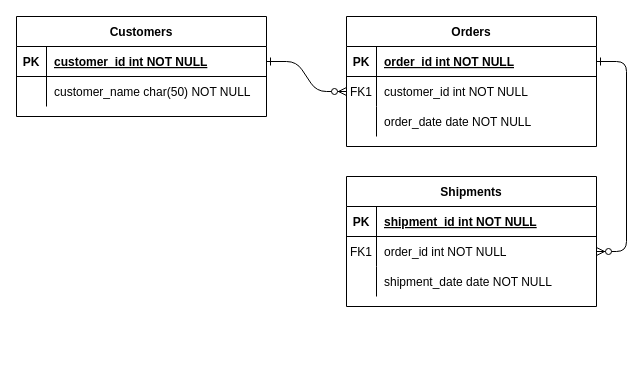
fbisceglia02/java-expense-tracker keeps this draw.io diagram as Untitled Diagram.drawio. Above is the earlier version. Source tidied: cells renumbered, new cells numbered last; positions are measured from the earlier drawing's top-left corner, leaving out a move shared by most shapes. Both pictures are drawn from the tidied source at 100%, with x=0, y=0 at pixel (16, 16).
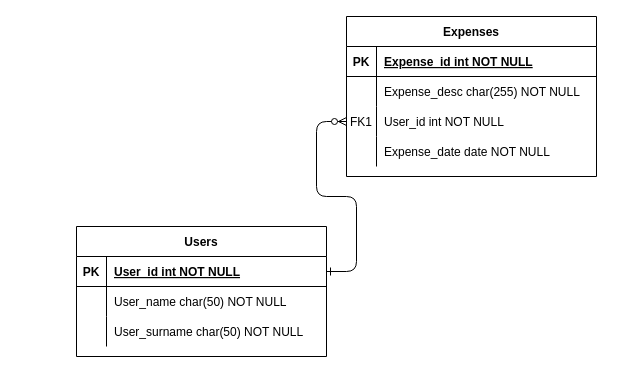
The same page after the edit.

Unchanged cells that the change refers to:
```xml
<mxCell id="5" style="shape=partialRectangle;fillColor=none;points=[[0,0.5],[1,0.5]];portConstraint=eastwest;top=0;left=0;right=0;bottom=1;" parent="4" vertex="1">
  <mxGeometry y="30" width="250" height="30" as="geometry" />
</mxCell>
<mxCell id="25" style="shape=partialRectangle;fillColor=none;points=[[0,0.5],[1,0.5]];portConstraint=eastwest;top=0;left=0;right=0;bottom=1;" parent="24" vertex="1">
  <mxGeometry y="30" width="250" height="30" as="geometry" />
</mxCell>
<mxCell id="28" style="shape=partialRectangle;fillColor=none;top=0;left=0;right=0;bottom=0;" parent="24" vertex="1">
  <mxGeometry y="60" width="250" height="30" as="geometry" />
</mxCell>
```

Change to the diagram source:
```diff
@@
-    <mxCell id="3" style="edgeStyle=entityRelationEdgeStyle;endArrow=ERzeroToMany;startArrow=ERone;endFill=1;startFill=0;" parent="1" edge="1" source="5" target="18">
-      <mxGeometry relative="1" as="geometry" />
-    </mxCell>
-    <mxCell id="4" value="Orders" style="shape=table;startSize=30;childLayout=tableLayout;rowLines=0;fontStyle=1;align=center;" parent="1" vertex="1">
-      <mxGeometry x="330" width="250" height="130" as="geometry" />
+    <mxCell id="4" value="Expenses" style="shape=table;startSize=30;childLayout=tableLayout;rowLines=0;fontStyle=1;align=center;" parent="1" vertex="1">
+      <mxGeometry x="330" width="250" height="160" as="geometry" />
     </mxCell>
@@
-    <mxCell id="7" value="order_id int NOT NULL " style="shape=partialRectangle;overflow=hidden;fillColor=none;top=0;left=0;bottom=0;right=0;align=left;spacingLeft=6;fontStyle=5;" parent="5" vertex="1">
+    <mxCell id="7" value="Expense_id int NOT NULL " style="shape=partialRectangle;overflow=hidden;fillColor=none;top=0;left=0;bottom=0;right=0;align=left;spacingLeft=6;fontStyle=5;" parent="5" vertex="1">
       <mxGeometry x="30" width="220" height="30" as="geometry" />
     </mxCell>
+    <mxCell id="18" style="shape=partialRectangle;fillColor=none;points=[[0,0.5],[1,0.5]];portConstraint=eastwest;top=0;left=0;right=0;bottom=0;" parent="4" vertex="1">
+      <mxGeometry y="60" width="250" height="30" as="geometry" />
+    </mxCell>
+    <mxCell id="31" style="shape=partialRectangle;overflow=hidden;fillColor=none;top=0;left=0;bottom=0;right=0;" parent="18" vertex="1">
+      <mxGeometry width="30" height="30" as="geometry" />
+    </mxCell>
+    <mxCell id="32" value="Expense_desc char(255) NOT NULL" style="shape=partialRectangle;overflow=hidden;fillColor=none;top=0;left=0;bottom=0;right=0;align=left;spacingLeft=6;" parent="18" vertex="1">
+      <mxGeometry x="30" width="220" height="30" as="geometry" />
+    </mxCell>
     <mxCell id="8" style="shape=partialRectangle;fillColor=none;points=[[0,0.5],[1,0.5]];portConstraint=eastwest;top=0;left=0;right=0;bottom=0;" parent="4" vertex="1">
-      <mxGeometry y="60" width="250" height="30" as="geometry" />
+      <mxGeometry y="90" width="250" height="30" as="geometry" />
     </mxCell>
@@
-    <mxCell id="10" value="customer_id int NOT NULL" style="shape=partialRectangle;overflow=hidden;fillColor=none;top=0;left=0;bottom=0;right=0;align=left;spacingLeft=6;" parent="8" vertex="1">
+    <mxCell id="10" value="User_id int NOT NULL" style="shape=partialRectangle;overflow=hidden;fillColor=none;top=0;left=0;bottom=0;right=0;align=left;spacingLeft=6;" parent="8" vertex="1">
       <mxGeometry x="30" width="220" height="30" as="geometry" />
     </mxCell>
     <mxCell id="11" style="shape=partialRectangle;fillColor=none;top=0;left=0;right=0;bottom=0;" parent="4" vertex="1">
-      <mxGeometry y="90" width="250" height="30" as="geometry" />
+      <mxGeometry y="120" width="250" height="30" as="geometry" />
     </mxCell>
@@
-    <mxCell id="13" value="order_date date NOT NULL" style="shape=partialRectangle;overflow=hidden;fillColor=none;top=0;left=0;bottom=0;right=0;align=left;spacingLeft=6;" parent="11" vertex="1">
+    <mxCell id="13" value="Expense_date date NOT NULL" style="shape=partialRectangle;overflow=hidden;fillColor=none;top=0;left=0;bottom=0;right=0;align=left;spacingLeft=6;" parent="11" vertex="1">
       <mxGeometry x="30" width="220" height="30" as="geometry" />
     </mxCell>
-    <mxCell id="14" value="Shipments" style="shape=table;startSize=30;childLayout=tableLayout;rowLines=0;fontStyle=1;align=center;" parent="1" vertex="1">
-      <mxGeometry x="330" y="160" width="250" height="130" as="geometry" />
-    </mxCell>
-    <mxCell id="15" style="shape=partialRectangle;fillColor=none;top=0;left=0;right=0;bottom=1;" parent="14" vertex="1">
-      <mxGeometry y="30" width="250" height="30" as="geometry" />
-    </mxCell>
-    <mxCell id="16" value="PK" style="shape=partialRectangle;overflow=hidden;fillColor=none;top=0;left=0;bottom=0;right=0;fontStyle=1;" parent="15" vertex="1">
-      <mxGeometry width="30" height="30" as="geometry" />
-    </mxCell>
-    <mxCell id="17" value="shipment_id int NOT NULL " style="shape=partialRectangle;overflow=hidden;fillColor=none;top=0;left=0;bottom=0;right=0;align=left;spacingLeft=6;fontStyle=5;" parent="15" vertex="1">
-      <mxGeometry x="30" width="220" height="30" as="geometry" />
-    </mxCell>
-    <mxCell id="18" style="shape=partialRectangle;fillColor=none;points=[[0,0.5],[1,0.5]];portConstraint=eastwest;top=0;left=0;right=0;bottom=0;" parent="14" vertex="1">
-      <mxGeometry y="60" width="250" height="30" as="geometry" />
-    </mxCell>
-    <mxCell id="19" value="FK1" style="shape=partialRectangle;overflow=hidden;fillColor=none;top=0;left=0;bottom=0;right=0;" parent="18" vertex="1">
-      <mxGeometry width="30" height="30" as="geometry" />
-    </mxCell>
-    <mxCell id="20" value="order_id int NOT NULL" style="shape=partialRectangle;overflow=hidden;fillColor=none;top=0;left=0;bottom=0;right=0;align=left;spacingLeft=6;" parent="18" vertex="1">
-      <mxGeometry x="30" width="220" height="30" as="geometry" />
-    </mxCell>
-    <mxCell id="21" style="shape=partialRectangle;fillColor=none;top=0;left=0;right=0;bottom=0;" parent="14" vertex="1">
-      <mxGeometry y="90" width="250" height="30" as="geometry" />
-    </mxCell>
-    <mxCell id="22" style="shape=partialRectangle;overflow=hidden;fillColor=none;top=0;left=0;bottom=0;right=0;" parent="21" vertex="1">
-      <mxGeometry width="30" height="30" as="geometry" />
-    </mxCell>
-    <mxCell id="23" value="shipment_date date NOT NULL" style="shape=partialRectangle;overflow=hidden;fillColor=none;top=0;left=0;bottom=0;right=0;align=left;spacingLeft=6;" parent="21" vertex="1">
-      <mxGeometry x="30" width="220" height="30" as="geometry" />
-    </mxCell>
-    <mxCell id="24" value="Customers" style="shape=table;startSize=30;childLayout=tableLayout;rowLines=0;fontStyle=1;align=center;" parent="1" vertex="1">
-      <mxGeometry width="250" height="100" as="geometry" />
+    <mxCell id="24" value="Users" style="shape=table;startSize=30;childLayout=tableLayout;rowLines=0;fontStyle=1;align=center;" parent="1" vertex="1">
+      <mxGeometry x="60" y="210" width="250" height="130" as="geometry" />
     </mxCell>
@@
-    <mxCell id="27" value="customer_id int NOT NULL " style="shape=partialRectangle;overflow=hidden;fillColor=none;top=0;left=0;bottom=0;right=0;align=left;spacingLeft=6;fontStyle=5;" parent="25" vertex="1">
+    <mxCell id="27" value="User_id int NOT NULL " style="shape=partialRectangle;overflow=hidden;fillColor=none;top=0;left=0;bottom=0;right=0;align=left;spacingLeft=6;fontStyle=5;" parent="25" vertex="1">
       <mxGeometry x="30" width="220" height="30" as="geometry" />
     </mxCell>
@@
-    <mxCell id="30" value="customer_name char(50) NOT NULL" style="shape=partialRectangle;overflow=hidden;fillColor=none;top=0;left=0;bottom=0;right=0;align=left;spacingLeft=6;" parent="28" vertex="1">
+    <mxCell id="30" value="User_name char(50) NOT NULL" style="shape=partialRectangle;overflow=hidden;fillColor=none;top=0;left=0;bottom=0;right=0;align=left;spacingLeft=6;" parent="28" vertex="1">
       <mxGeometry x="30" width="220" height="30" as="geometry" />
     </mxCell>
+    <mxCell id="21" style="shape=partialRectangle;fillColor=none;top=0;left=0;right=0;bottom=0;" parent="24" vertex="1">
+      <mxGeometry y="90" width="250" height="30" as="geometry" />
+    </mxCell>
+    <mxCell id="33" style="shape=partialRectangle;overflow=hidden;fillColor=none;top=0;left=0;bottom=0;right=0;" parent="21" vertex="1">
+      <mxGeometry width="30" height="30" as="geometry" />
+    </mxCell>
+    <mxCell id="34" value="User_surname char(50) NOT NULL" style="shape=partialRectangle;overflow=hidden;fillColor=none;top=0;left=0;bottom=0;right=0;align=left;spacingLeft=6;" parent="21" vertex="1">
+      <mxGeometry x="30" width="220" height="30" as="geometry" />
+    </mxCell>
```
